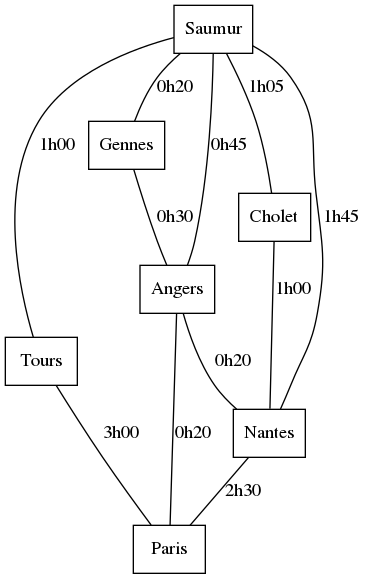
Earlier version of the Graphviz export cours/11-graphes/assets/013-gps.png (loic-yvonnet/algo-appliquee). Its source is kept beside it as cours/11-graphes/graphviz/013-gps.dot. The source it was exported from:
```dot
graph G {
    bgcolor="transparent";

    /* Entities */
    Saumur [label="Saumur", shape="rectangle"];
    Cholet [label="Cholet", shape="rectangle"];
    Angers [label="Angers", shape="rectangle"];
    Tours [label="Tours", shape="rectangle"];
    Gennes [label="Gennes", shape="rectangle"];
    Nantes [label="Nantes", shape="rectangle"];
    Paris [label="Paris", shape="rectangle"];

    /* Relationships */
    Saumur -- Angers [label="0h45"];
    Saumur -- Tours [label="1h00"];
    Saumur -- Cholet [label="1h05"];
    Saumur -- Nantes [label="1h45"];
    Saumur -- Gennes [label="0h20"];

    Gennes -- Angers [label="0h30"];

    Angers -- Paris [label="0h20"];
    Angers -- Nantes [label="0h20"];

    Tours -- Paris [label="3h00"];

    Cholet -- Nantes [label="1h00"];

    Nantes -- Paris [label="2h30"];

    /* Ranks */
    { rank=same; };
}
```
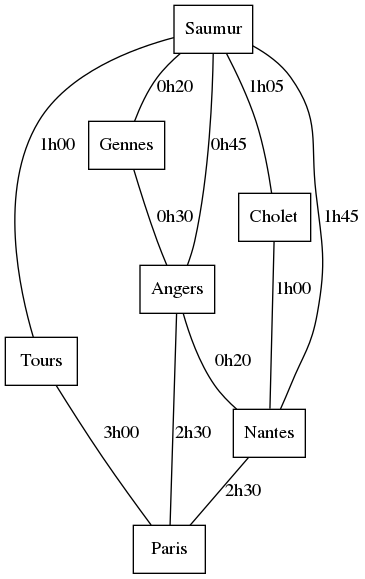
The same file after the commit.

What changed in the source:
```diff
@@ -19,7 +19,7 @@
 
     Gennes -- Angers [label="0h30"];
 
-    Angers -- Paris [label="0h20"];
+    Angers -- Paris [label="2h30"];
     Angers -- Nantes [label="0h20"];
 
     Tours -- Paris [label="3h00"];
```
